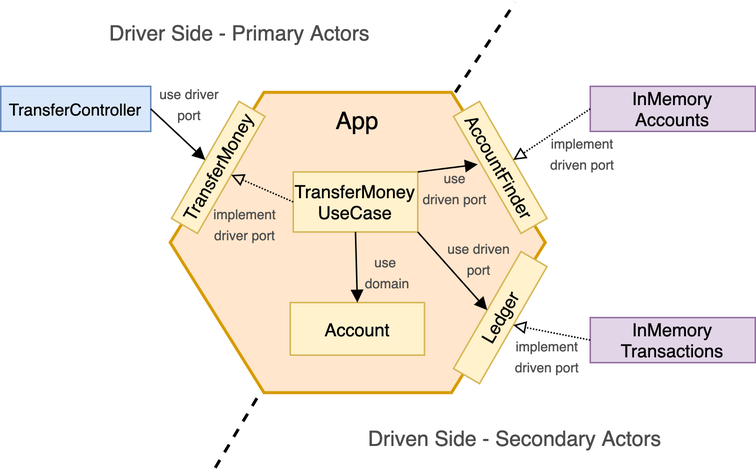
albertllousas/implementing-hexagonal-architecture keeps this draw.io diagram as misc/hexagonal-bank-app.png. Above is the earlier version. Source tidied: cells renumbered, new cells last; positions are measured from the earlier drawing's top-left corner, leaving out a move shared by most shapes.
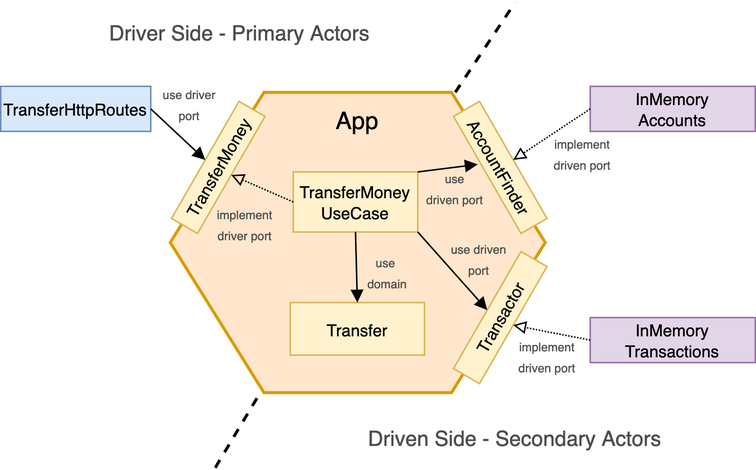
The same file after the commit.

Change to the diagram source:
```diff
@@ -16,22 +16,22 @@
         <mxPoint x="173" y="260" as="targetPoint" />
       </mxGeometry>
     </mxCell>
-    <mxCell id="5" value="&lt;font style=&quot;font-size: 11px&quot;&gt;TransferController&lt;/font&gt;" style="rounded=0;whiteSpace=wrap;html=1;fillColor=#dae8fc;strokeColor=#6c8ebf;" parent="1" vertex="1">
+    <mxCell id="5" value="&lt;font style=&quot;font-size: 11px&quot;&gt;TransferHttpRoutes&lt;/font&gt;" style="rounded=0;whiteSpace=wrap;html=1;fillColor=#dae8fc;strokeColor=#6c8ebf;" parent="1" vertex="1">
       <mxGeometry y="56" width="100" height="30" as="geometry" />
     </mxCell>
-    <mxCell id="6" value="TransferMoney&lt;br&gt;UseCase" style="rounded=0;whiteSpace=wrap;html=1;fillColor=#fff2cc;strokeColor=#d6b656;" parent="1" vertex="1">
+    <mxCell id="6" value="&lt;font style=&quot;font-size: 11px&quot;&gt;TransferMoney&lt;br&gt;UseCase&lt;/font&gt;" style="rounded=0;whiteSpace=wrap;html=1;fillColor=#fff2cc;strokeColor=#d6b656;" parent="1" vertex="1">
       <mxGeometry x="195" y="113" width="83" height="40" as="geometry" />
     </mxCell>
-    <mxCell id="7" value="Account" style="rounded=0;whiteSpace=wrap;html=1;fillColor=#fff2cc;strokeColor=#d6b656;" parent="1" vertex="1">
+    <mxCell id="7" value="&lt;font style=&quot;font-size: 11px&quot;&gt;Transfer&lt;/font&gt;" style="rounded=0;whiteSpace=wrap;html=1;fillColor=#fff2cc;strokeColor=#d6b656;" parent="1" vertex="1">
       <mxGeometry x="193" y="200" width="89.5" height="35" as="geometry" />
     </mxCell>
-    <mxCell id="8" value="TransferMoney" style="rounded=0;whiteSpace=wrap;html=1;rotation=-60;fillColor=#fff2cc;strokeColor=#d6b656;" parent="1" vertex="1">
+    <mxCell id="8" value="&lt;font style=&quot;font-size: 11px&quot;&gt;TransferMoney&lt;/font&gt;" style="rounded=0;whiteSpace=wrap;html=1;rotation=-60;fillColor=#fff2cc;strokeColor=#d6b656;" parent="1" vertex="1">
       <mxGeometry x="100" y="100" width="90" height="20" as="geometry" />
     </mxCell>
-    <mxCell id="9" value="InMemory&lt;br&gt;Transactions" style="rounded=0;whiteSpace=wrap;html=1;fillColor=#e1d5e7;strokeColor=#9673a6;" parent="1" vertex="1">
+    <mxCell id="9" value="&lt;font style=&quot;font-size: 11px&quot;&gt;InMemory&lt;br&gt;Transactions&lt;/font&gt;" style="rounded=0;whiteSpace=wrap;html=1;fillColor=#e1d5e7;strokeColor=#9673a6;" parent="1" vertex="1">
       <mxGeometry x="393" y="210" width="110" height="30" as="geometry" />
     </mxCell>
-    <mxCell id="10" value="Ledger" style="rounded=0;whiteSpace=wrap;html=1;rotation=-60;fillColor=#fff2cc;strokeColor=#d6b656;" parent="1" vertex="1">
+    <mxCell id="10" value="&lt;font style=&quot;font-size: 11px&quot;&gt;Transactor&lt;br&gt;&lt;/font&gt;" style="rounded=0;whiteSpace=wrap;html=1;rotation=-60;fillColor=#fff2cc;strokeColor=#d6b656;" parent="1" vertex="1">
       <mxGeometry x="288" y="200" width="90" height="20" as="geometry" />
     </mxCell>
     <mxCell id="11" value="&lt;font style=&quot;font-size: 16px&quot;&gt;App&lt;/font&gt;" style="text;html=1;strokeColor=none;fillColor=none;align=center;verticalAlign=middle;whiteSpace=wrap;rounded=0;" parent="1" vertex="1">
@@ -43,10 +43,10 @@
     <mxCell id="13" value="&lt;font style=&quot;font-size: 14px&quot; color=&quot;#4d4d4d&quot;&gt;Driven Side - Secondary Actors&lt;/font&gt;" style="text;html=1;strokeColor=none;fillColor=none;align=center;verticalAlign=middle;whiteSpace=wrap;rounded=0;" parent="1" vertex="1">
       <mxGeometry x="243" y="280" width="200" height="20" as="geometry" />
     </mxCell>
-    <mxCell id="14" value="AccountFinder" style="rounded=0;whiteSpace=wrap;html=1;rotation=60;fillColor=#fff2cc;strokeColor=#d6b656;" parent="1" vertex="1">
+    <mxCell id="14" value="&lt;font style=&quot;font-size: 11px&quot;&gt;AccountFinder&lt;/font&gt;" style="rounded=0;whiteSpace=wrap;html=1;rotation=60;fillColor=#fff2cc;strokeColor=#d6b656;" parent="1" vertex="1">
       <mxGeometry x="288" y="100" width="90" height="20" as="geometry" />
     </mxCell>
-    <mxCell id="15" value="InMemory&lt;br&gt;Accounts" style="rounded=0;whiteSpace=wrap;html=1;fillColor=#e1d5e7;strokeColor=#9673a6;" parent="1" vertex="1">
+    <mxCell id="15" value="&lt;font style=&quot;font-size: 11px&quot;&gt;InMemory&lt;br&gt;Accounts&lt;/font&gt;" style="rounded=0;whiteSpace=wrap;html=1;fillColor=#e1d5e7;strokeColor=#9673a6;" parent="1" vertex="1">
       <mxGeometry x="393" y="56" width="110" height="30" as="geometry" />
     </mxCell>
     <mxCell id="16" style="endArrow=block;html=1;strokeWidth=1;endFill=1;exitX=1;exitY=0.5;exitDx=0;exitDy=0;entryX=0.5;entryY=0;entryDx=0;entryDy=0;" parent="1" edge="1" source="5" target="8">
@@ -70,28 +70,28 @@
     <mxCell id="22" style="endArrow=block;html=1;strokeWidth=1;endFill=0;exitX=0;exitY=0.5;exitDx=0;exitDy=0;dashed=1;dashPattern=1 1;entryX=0.5;entryY=1;entryDx=0;entryDy=0;" parent="1" edge="1" source="9" target="10">
       <mxGeometry relative="1" as="geometry" />
     </mxCell>
-    <mxCell id="23" value="&lt;font color=&quot;#4d4d4d&quot;&gt;&lt;font style=&quot;font-size: 9px&quot;&gt;use&amp;nbsp;&lt;/font&gt;&lt;span style=&quot;font-size: 9px&quot;&gt;driver port&lt;/span&gt;&lt;/font&gt;" style="text;html=1;strokeColor=none;fillColor=none;align=center;verticalAlign=middle;whiteSpace=wrap;rounded=0;" parent="1" vertex="1">
+    <mxCell id="23" value="&lt;font color=&quot;#4d4d4d&quot; style=&quot;font-size: 8px&quot;&gt;&lt;font style=&quot;font-size: 8px&quot;&gt;use&amp;nbsp;&lt;/font&gt;&lt;span&gt;driver port&lt;/span&gt;&lt;/font&gt;" style="text;html=1;strokeColor=none;fillColor=none;align=center;verticalAlign=middle;whiteSpace=wrap;rounded=0;" parent="1" vertex="1">
       <mxGeometry x="106" y="57" width="40" height="20" as="geometry" />
     </mxCell>
-    <mxCell id="24" value="&lt;font style=&quot;font-size: 9px&quot;&gt;&lt;font color=&quot;#4d4d4d&quot;&gt;use&lt;br&gt;driven port&lt;/font&gt;&lt;br&gt;&lt;/font&gt;" style="text;html=1;strokeColor=none;fillColor=none;align=center;verticalAlign=middle;whiteSpace=wrap;rounded=0;" parent="1" vertex="1">
+    <mxCell id="24" value="&lt;font style=&quot;font-size: 8px&quot;&gt;&lt;font color=&quot;#4d4d4d&quot; style=&quot;font-size: 8px&quot;&gt;use&lt;br&gt;driven port&lt;/font&gt;&lt;br&gt;&lt;/font&gt;" style="text;html=1;strokeColor=none;fillColor=none;align=center;verticalAlign=middle;whiteSpace=wrap;rounded=0;" parent="1" vertex="1">
       <mxGeometry x="278" y="113" width="50" height="20" as="geometry" />
     </mxCell>
-    <mxCell id="25" value="&lt;font style=&quot;font-size: 9px&quot; color=&quot;#4d4d4d&quot;&gt;use &lt;br&gt;domain&lt;/font&gt;" style="text;html=1;strokeColor=none;fillColor=none;align=center;verticalAlign=middle;whiteSpace=wrap;rounded=0;" parent="1" vertex="1">
+    <mxCell id="25" value="&lt;font style=&quot;font-size: 8px&quot; color=&quot;#4d4d4d&quot;&gt;use &lt;br&gt;domain&lt;/font&gt;" style="text;html=1;strokeColor=none;fillColor=none;align=center;verticalAlign=middle;whiteSpace=wrap;rounded=0;" parent="1" vertex="1">
       <mxGeometry x="233" y="169" width="50" height="20" as="geometry" />
     </mxCell>
-    <mxCell id="26" value="&lt;font style=&quot;font-size: 9px&quot;&gt;&lt;font color=&quot;#4d4d4d&quot;&gt;implement&lt;br&gt;driven port&lt;/font&gt;&lt;br&gt;&lt;/font&gt;" style="text;html=1;strokeColor=none;fillColor=none;align=center;verticalAlign=middle;whiteSpace=wrap;rounded=0;" parent="1" vertex="1">
+    <mxCell id="26" value="&lt;font style=&quot;font-size: 8px&quot;&gt;&lt;font color=&quot;#4d4d4d&quot; style=&quot;font-size: 8px&quot;&gt;implement&lt;br&gt;driven port&lt;/font&gt;&lt;br&gt;&lt;/font&gt;" style="text;html=1;strokeColor=none;fillColor=none;align=center;verticalAlign=middle;whiteSpace=wrap;rounded=0;" parent="1" vertex="1">
       <mxGeometry x="337" y="225" width="55" height="20" as="geometry" />
     </mxCell>
-    <mxCell id="27" value="&lt;font style=&quot;font-size: 9px&quot;&gt;&lt;font color=&quot;#4d4d4d&quot;&gt;implement&lt;br&gt;driven port&lt;/font&gt;&lt;br&gt;&lt;/font&gt;" style="text;html=1;strokeColor=none;fillColor=none;align=center;verticalAlign=middle;whiteSpace=wrap;rounded=0;" parent="1" vertex="1">
+    <mxCell id="27" value="&lt;font style=&quot;font-size: 8px&quot;&gt;&lt;font color=&quot;#4d4d4d&quot; style=&quot;font-size: 8px&quot;&gt;implement&lt;br&gt;driven port&lt;/font&gt;&lt;br&gt;&lt;/font&gt;" style="text;html=1;strokeColor=none;fillColor=none;align=center;verticalAlign=middle;whiteSpace=wrap;rounded=0;" parent="1" vertex="1">
       <mxGeometry x="363" y="90" width="50" height="20" as="geometry" />
     </mxCell>
-    <mxCell id="28" value="&lt;font style=&quot;font-size: 9px&quot;&gt;&lt;font color=&quot;#4d4d4d&quot;&gt;implement&lt;br&gt;driver port&lt;/font&gt;&lt;br&gt;&lt;/font&gt;" style="text;html=1;strokeColor=none;fillColor=none;align=center;verticalAlign=middle;whiteSpace=wrap;rounded=0;" parent="1" vertex="1">
+    <mxCell id="28" value="&lt;font style=&quot;font-size: 8px&quot;&gt;&lt;font color=&quot;#4d4d4d&quot; style=&quot;font-size: 8px&quot;&gt;implement&lt;br&gt;driver port&lt;/font&gt;&lt;br&gt;&lt;/font&gt;" style="text;html=1;strokeColor=none;fillColor=none;align=center;verticalAlign=middle;whiteSpace=wrap;rounded=0;" parent="1" vertex="1">
       <mxGeometry x="143" y="137" width="40" height="20" as="geometry" />
     </mxCell>
     <mxCell id="29" style="edgeStyle=orthogonalEdgeStyle;rounded=0;orthogonalLoop=1;jettySize=auto;html=1;exitX=0.5;exitY=1;exitDx=0;exitDy=0;dashed=1;dashPattern=1 1;endArrow=block;endFill=0;strokeWidth=1;" parent="1" edge="1" source="28" target="28">
       <mxGeometry relative="1" as="geometry" />
     </mxCell>
-    <mxCell id="30" value="&lt;font style=&quot;font-size: 9px&quot;&gt;&lt;font color=&quot;#4d4d4d&quot;&gt;use driven port&lt;/font&gt;&lt;br&gt;&lt;/font&gt;" style="text;html=1;strokeColor=none;fillColor=none;align=center;verticalAlign=middle;whiteSpace=wrap;rounded=0;" parent="1" vertex="1">
+    <mxCell id="30" value="&lt;font&gt;&lt;font color=&quot;#4d4d4d&quot; style=&quot;font-size: 8px&quot;&gt;use driven port&lt;/font&gt;&lt;br&gt;&lt;/font&gt;" style="text;html=1;strokeColor=none;fillColor=none;align=center;verticalAlign=middle;whiteSpace=wrap;rounded=0;" parent="1" vertex="1">
       <mxGeometry x="293.8" y="160" width="50" height="20" as="geometry" />
     </mxCell>
   </root>
```
